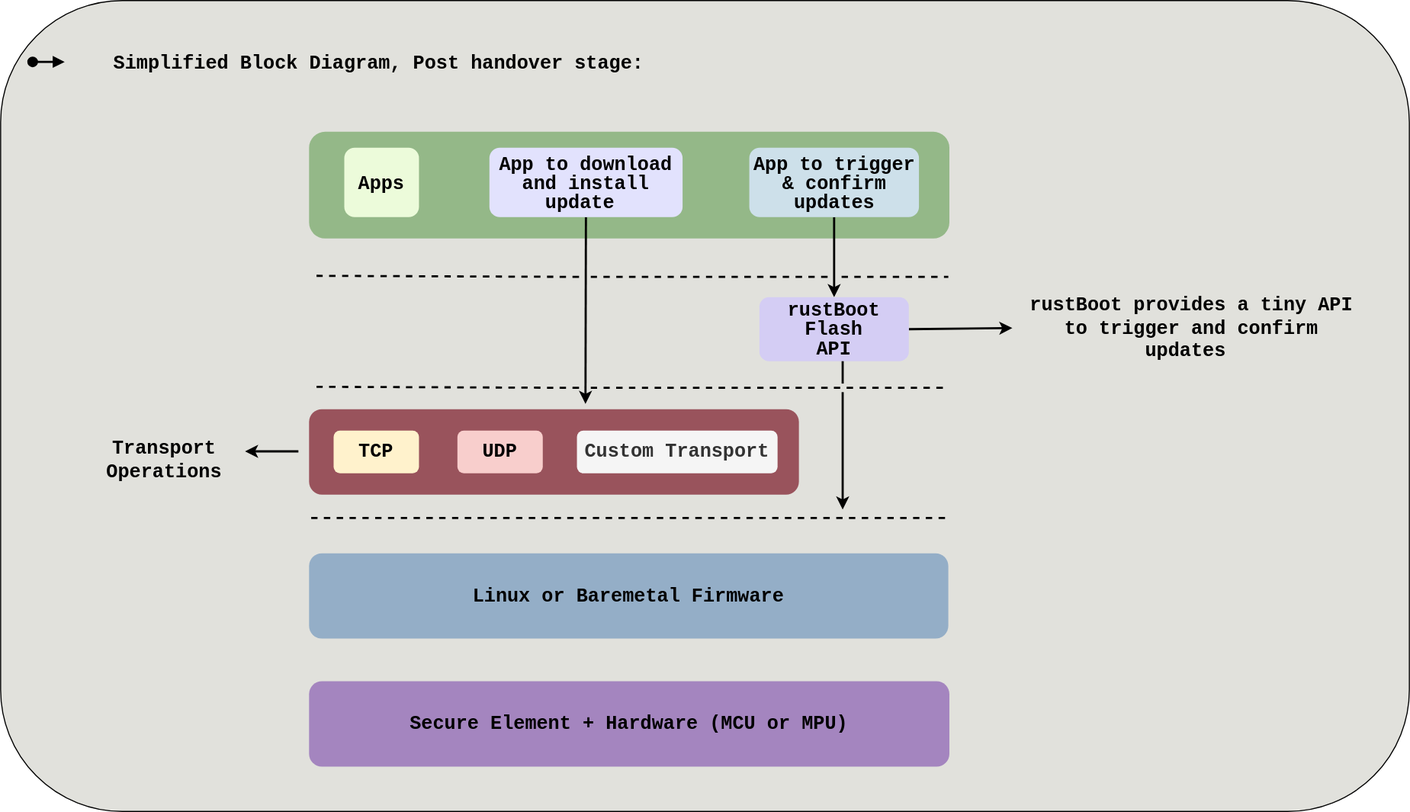
Earlier version of the draw.io export post_handover_stage.svg (imrank03/rustBoot-book-diagrams). Source tidied: cells renumbered, new cells last; positions are measured from the earlier drawing's top-left corner, leaving out a move shared by most shapes.
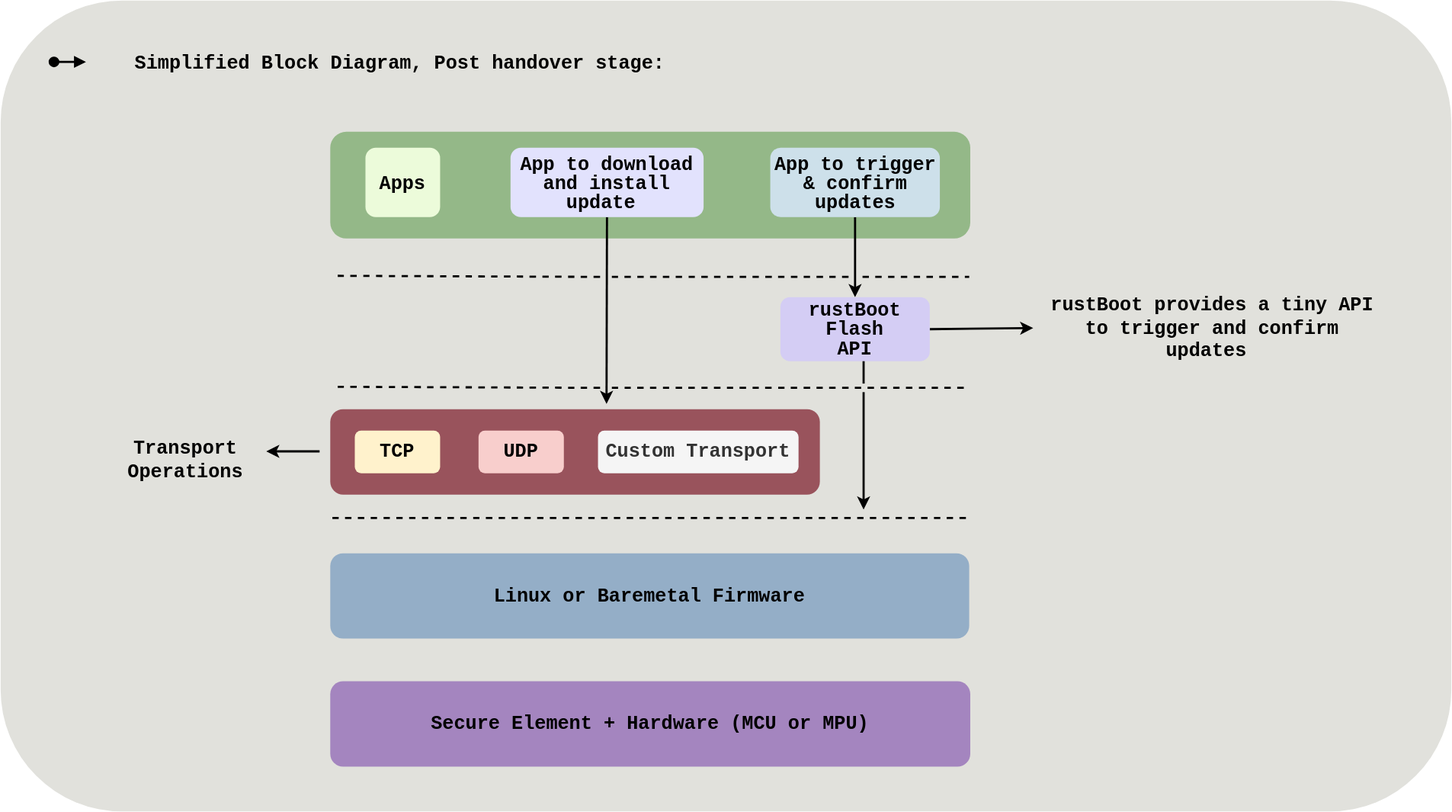
Later version of the same file.

Change to the diagram source:
```diff
@@ -2,8 +2,8 @@
   <root>
     <mxCell id="0" />
     <mxCell id="1" parent="0" />
-    <mxCell id="2" style="rounded=1;whiteSpace=wrap;html=1;fillColor=#E1E1DC;" parent="1" vertex="1">
-      <mxGeometry width="1320" height="760" as="geometry" />
+    <mxCell id="2" style="rounded=1;whiteSpace=wrap;html=1;fillColor=#E1E1DC;strokeColor=none;" parent="1" vertex="1">
+      <mxGeometry x="-20" width="1360" height="760" as="geometry" />
     </mxCell>
     <mxCell id="3" style="whiteSpace=wrap;html=1;fillColor=#94B888;strokeColor=none;fontStyle=1;strokeWidth=2;fontFamily=menlo, monaco, &quot;courier new&quot;, monospace;fontSource=https%3A%2F%2Ffonts.googleapis.com%2Fcss%3Ffamily%3Dmenlo%252C%2Bmonaco%252C%2B%2522courier%2Bnew%2522%252C%2Bmonospace;dashed=1;align=center;fontSize=18;rounded=1;" parent="1" vertex="1">
       <mxGeometry x="289" y="123" width="600" height="100" as="geometry" />
```
